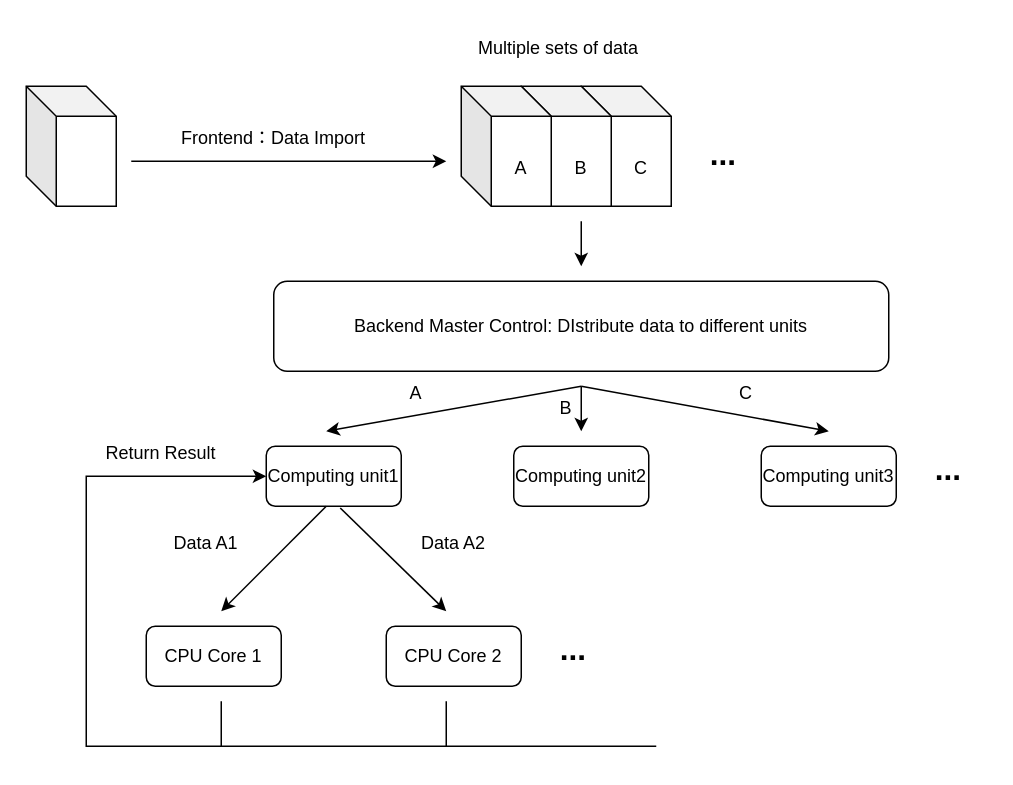
The draw.io diagram MSI/massflow_online_framework.drawio in NeoNexusX/draw.io, before the edit. Source tidied: cells renumbered, new cells numbered last; positions are measured from the earlier drawing's top-left corner, leaving out a move shared by most shapes. Both pictures are drawn from the tidied source at 150%, with x=0, y=0 at pixel (26, 26).
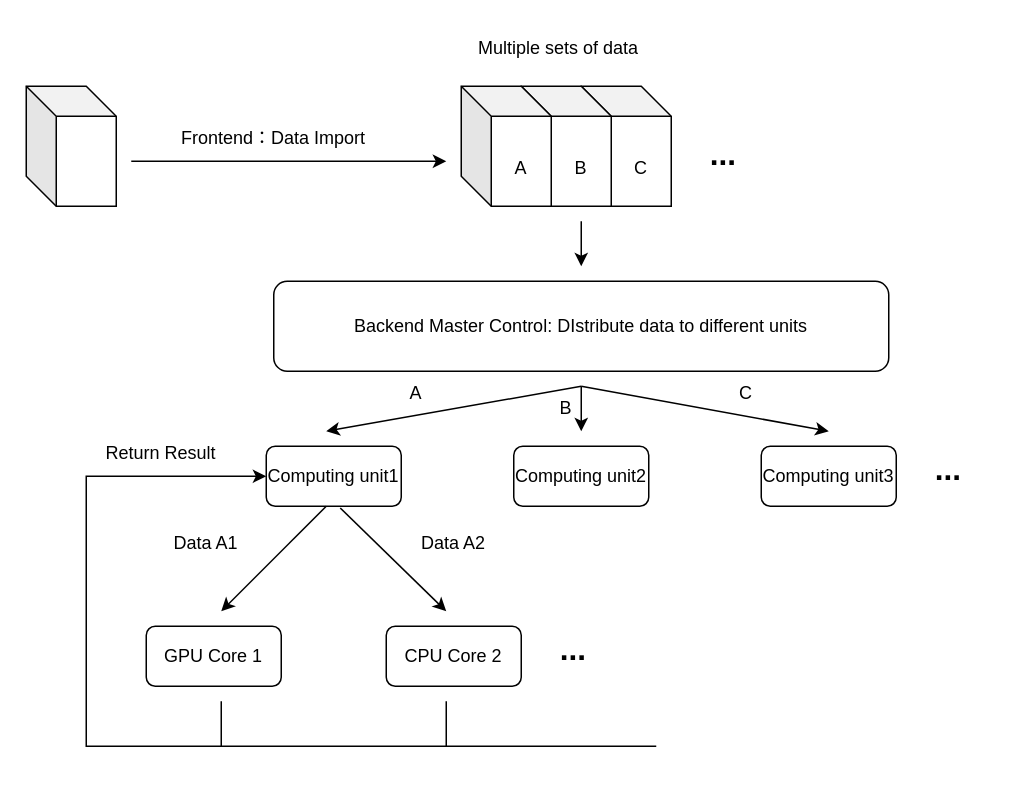
The same page after the edit.

Diff of the diagram source:
```diff
@@
-    <mxCell id="25" value="CPU Core 1" style="rounded=1;whiteSpace=wrap;html=1;" parent="1" vertex="1">
+    <mxCell id="25" value="GPU Core 1" style="rounded=1;whiteSpace=wrap;html=1;" parent="1" vertex="1">
       <mxGeometry x="80" y="400" width="90" height="40" as="geometry" />
     </mxCell>
```
